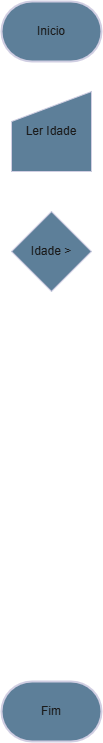
This is Diagramas/exercicios17.drawio.png from andrew-cdia/algoritmos-lista1, a draw.io export, as it was before one commit. Source tidied: cells renumbered, new cells last; positions are measured from the earlier drawing's top-left corner, leaving out a move shared by most shapes.
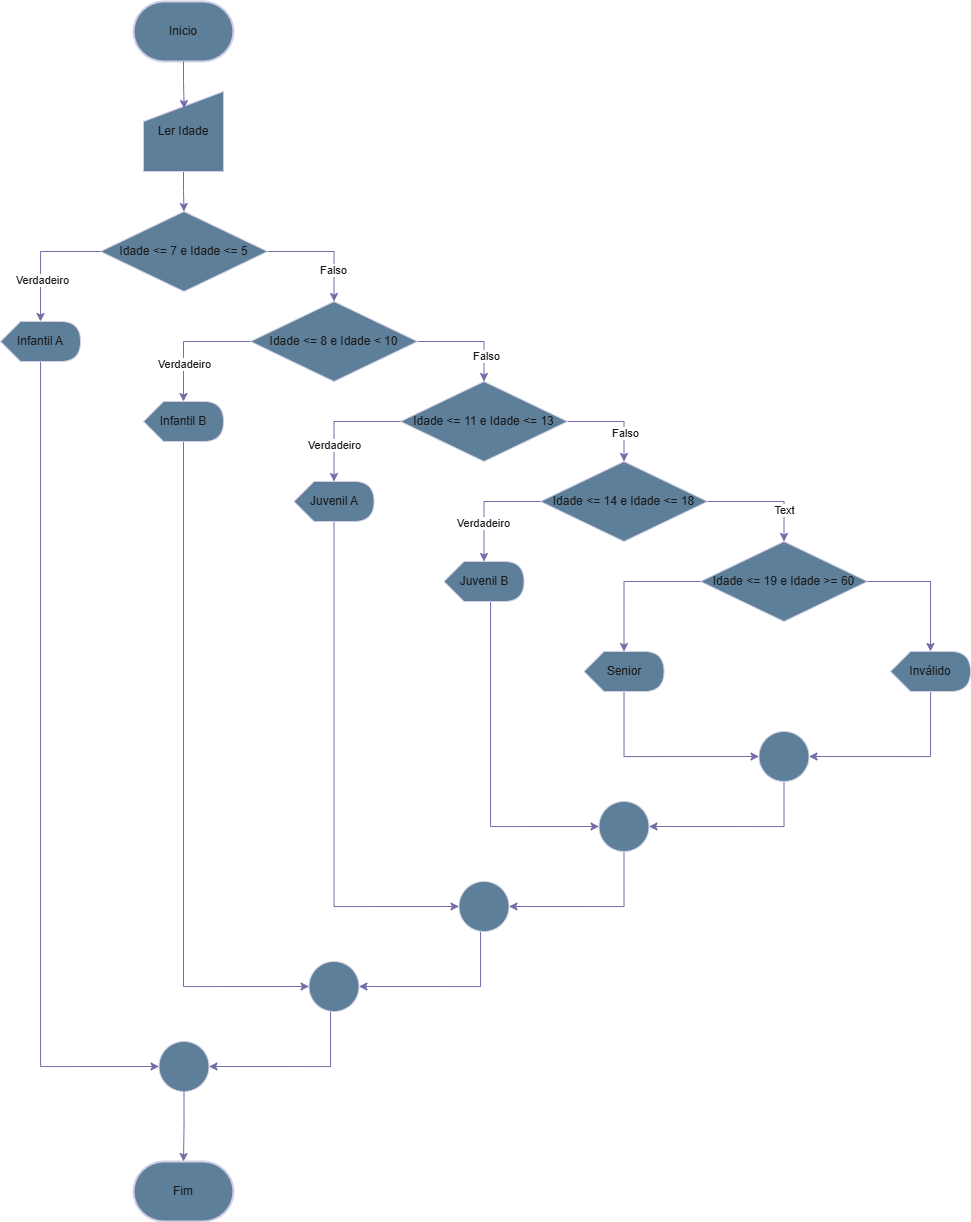
After the change.

Diff of the diagram source:
```diff
@@ -1,18 +1,212 @@
-<mxGraphModel>
+<mxGraphModel math="1">
   <root>
     <mxCell id="0" />
     <mxCell id="1" parent="0" />
     <mxCell id="2" value="Fim" style="strokeWidth=2;html=1;shape=mxgraph.flowchart.terminator;whiteSpace=wrap;strokeColor=#D0CEE2;fontColor=#1A1A1A;fillColor=#5D7F99;" parent="1" vertex="1">
-      <mxGeometry y="680" width="100" height="60" as="geometry" />
+      <mxGeometry x="-180" y="1320" width="100" height="60" as="geometry" />
     </mxCell>
     <mxCell id="3" value="Inicio" style="strokeWidth=2;html=1;shape=mxgraph.flowchart.terminator;whiteSpace=wrap;strokeColor=#D0CEE2;fontColor=#1A1A1A;fillColor=#5D7F99;" parent="1" vertex="1">
-      <mxGeometry width="100" height="60" as="geometry" />
+      <mxGeometry x="-180" y="160" width="100" height="60" as="geometry" />
     </mxCell>
+    <mxCell id="6" style="edgeStyle=orthogonalEdgeStyle;rounded=0;jettySize=auto;html=1;entryX=0.5;entryY=0;entryDx=0;entryDy=0;strokeColor=#736CA8;fontColor=#1A1A1A;" parent="1" edge="1" source="4" target="5">
+      <mxGeometry relative="1" as="geometry" />
+    </mxCell>
     <mxCell id="4" value="Ler Idade" style="shape=manualInput;whiteSpace=wrap;html=1;strokeColor=#D0CEE2;fontColor=#1A1A1A;fillColor=#5D7F99;" parent="1" vertex="1">
-      <mxGeometry x="10" y="90" width="80" height="80" as="geometry" />
+      <mxGeometry x="-170" y="250" width="80" height="80" as="geometry" />
     </mxCell>
+    <mxCell id="7" style="edgeStyle=orthogonalEdgeStyle;rounded=0;jettySize=auto;html=1;entryX=0.5;entryY=0;entryDx=0;entryDy=0;strokeColor=#736CA8;fontColor=#1A1A1A;" parent="1" edge="1" source="5" target="11">
+      <mxGeometry relative="1" as="geometry">
+        <Array as="points">
+          <mxPoint x="20" y="410" />
+        </Array>
+      </mxGeometry>
+    </mxCell>
+    <mxCell id="8" value="Falso" style="edgeLabel;html=1;align=center;verticalAlign=middle;strokeColor=#D0CEE2;fontColor=#1A1A1A;fillColor=#5D7F99;" parent="7" vertex="1">
+      <mxGeometry x="0.46" y="-1" relative="1" as="geometry" />
+    </mxCell>
-    <mxCell id="5" value="Idade &amp;gt;" style="rhombus;whiteSpace=wrap;html=1;strokeColor=#D0CEE2;fontColor=#1A1A1A;fillColor=#5D7F99;" parent="1" vertex="1">
-      <mxGeometry x="10" y="210" width="80" height="80" as="geometry" />
+    <mxCell id="5" value="Idade &amp;lt;= 7 e Idade &amp;lt;= 5" style="rhombus;whiteSpace=wrap;html=1;strokeColor=#D0CEE2;fontColor=#1A1A1A;fillColor=#5D7F99;" parent="1" vertex="1">
+      <mxGeometry x="-213" y="370" width="167" height="80" as="geometry" />
     </mxCell>
+    <mxCell id="9" style="edgeStyle=orthogonalEdgeStyle;rounded=0;jettySize=auto;html=1;entryX=0.5;entryY=0;entryDx=0;entryDy=0;strokeColor=#736CA8;fontColor=#1A1A1A;" parent="1" edge="1" source="11" target="14">
+      <mxGeometry relative="1" as="geometry">
+        <Array as="points">
+          <mxPoint x="170" y="500" />
+        </Array>
+      </mxGeometry>
+    </mxCell>
+    <mxCell id="10" value="Falso" style="edgeLabel;html=1;align=center;verticalAlign=middle;strokeColor=#D0CEE2;fontColor=#1A1A1A;fillColor=#5D7F99;" parent="9" vertex="1">
+      <mxGeometry x="0.53" y="2" relative="1" as="geometry" />
+    </mxCell>
+    <mxCell id="11" value="Idade &amp;lt;= 8 e Idade &amp;lt; 10" style="rhombus;whiteSpace=wrap;html=1;strokeColor=#D0CEE2;fontColor=#1A1A1A;fillColor=#5D7F99;" parent="1" vertex="1">
+      <mxGeometry x="-63" y="460" width="167" height="80" as="geometry" />
+    </mxCell>
+    <mxCell id="12" style="edgeStyle=orthogonalEdgeStyle;rounded=0;jettySize=auto;html=1;entryX=0.5;entryY=0;entryDx=0;entryDy=0;strokeColor=#736CA8;fontColor=#1A1A1A;" parent="1" edge="1" source="14" target="17">
+      <mxGeometry relative="1" as="geometry">
+        <Array as="points">
+          <mxPoint x="310" y="580" />
+        </Array>
+      </mxGeometry>
+    </mxCell>
+    <mxCell id="13" value="Falso" style="edgeLabel;html=1;align=center;verticalAlign=middle;strokeColor=#D0CEE2;fontColor=#1A1A1A;fillColor=#5D7F99;" parent="12" vertex="1">
+      <mxGeometry x="0.42" y="1" relative="1" as="geometry" />
+    </mxCell>
+    <mxCell id="14" value="Idade &amp;lt;= 11 e Idade &amp;lt;= 13" style="rhombus;whiteSpace=wrap;html=1;strokeColor=#D0CEE2;fontColor=#1A1A1A;fillColor=#5D7F99;" parent="1" vertex="1">
+      <mxGeometry x="87" y="540" width="167" height="80" as="geometry" />
+    </mxCell>
+    <mxCell id="15" style="edgeStyle=orthogonalEdgeStyle;rounded=0;jettySize=auto;html=1;entryX=0.5;entryY=0;entryDx=0;entryDy=0;strokeColor=#736CA8;fontColor=#1A1A1A;" parent="1" edge="1" source="17" target="18">
+      <mxGeometry relative="1" as="geometry">
+        <Array as="points">
+          <mxPoint x="470" y="660" />
+        </Array>
+      </mxGeometry>
+    </mxCell>
+    <mxCell id="16" value="Text" style="edgeLabel;html=1;align=center;verticalAlign=middle;strokeColor=#D0CEE2;fontColor=#1A1A1A;fillColor=#5D7F99;" parent="15" vertex="1">
+      <mxGeometry x="0.46" relative="1" as="geometry" />
+    </mxCell>
+    <mxCell id="17" value="Idade &amp;lt;= 14 e Idade &amp;lt;= 18" style="rhombus;whiteSpace=wrap;html=1;strokeColor=#D0CEE2;fontColor=#1A1A1A;fillColor=#5D7F99;" parent="1" vertex="1">
+      <mxGeometry x="227" y="620" width="167" height="80" as="geometry" />
+    </mxCell>
+    <mxCell id="18" value="Idade &amp;lt;= 19 e Idade &amp;gt;= 60" style="rhombus;whiteSpace=wrap;html=1;strokeColor=#D0CEE2;fontColor=#1A1A1A;fillColor=#5D7F99;" parent="1" vertex="1">
+      <mxGeometry x="387" y="700" width="167" height="80" as="geometry" />
+    </mxCell>
+    <mxCell id="19" style="edgeStyle=orthogonalEdgeStyle;rounded=0;jettySize=auto;html=1;entryX=0;entryY=0.5;entryDx=0;entryDy=0;strokeColor=#736CA8;fontColor=#1A1A1A;" parent="1" edge="1" source="20" target="49">
+      <mxGeometry relative="1" as="geometry">
+        <Array as="points">
+          <mxPoint x="-273" y="1225" />
+        </Array>
+      </mxGeometry>
+    </mxCell>
+    <mxCell id="20" value="Infantil A" style="shape=display;whiteSpace=wrap;html=1;strokeColor=#D0CEE2;fontColor=#1A1A1A;fillColor=#5D7F99;" parent="1" vertex="1">
+      <mxGeometry x="-313" y="480" width="80" height="40" as="geometry" />
+    </mxCell>
+    <mxCell id="21" style="edgeStyle=orthogonalEdgeStyle;rounded=0;jettySize=auto;html=1;entryX=0;entryY=0.5;entryDx=0;entryDy=0;strokeColor=#736CA8;fontColor=#1A1A1A;" parent="1" edge="1" source="22" target="48">
+      <mxGeometry relative="1" as="geometry">
+        <Array as="points">
+          <mxPoint x="-130" y="1145" />
+        </Array>
+      </mxGeometry>
+    </mxCell>
+    <mxCell id="22" value="Infantil B" style="shape=display;whiteSpace=wrap;html=1;strokeColor=#D0CEE2;fontColor=#1A1A1A;fillColor=#5D7F99;" parent="1" vertex="1">
+      <mxGeometry x="-170" y="560" width="80" height="40" as="geometry" />
+    </mxCell>
+    <mxCell id="23" style="edgeStyle=orthogonalEdgeStyle;rounded=0;jettySize=auto;html=1;entryX=0;entryY=0.5;entryDx=0;entryDy=0;strokeColor=#736CA8;fontColor=#1A1A1A;" parent="1" edge="1" source="24" target="46">
+      <mxGeometry relative="1" as="geometry">
+        <Array as="points">
+          <mxPoint x="20" y="1065" />
+        </Array>
+      </mxGeometry>
+    </mxCell>
+    <mxCell id="24" value="Juvenil A" style="shape=display;whiteSpace=wrap;html=1;strokeColor=#D0CEE2;fontColor=#1A1A1A;fillColor=#5D7F99;" parent="1" vertex="1">
+      <mxGeometry x="-19.5" y="640" width="80" height="40" as="geometry" />
+    </mxCell>
+    <mxCell id="25" style="edgeStyle=orthogonalEdgeStyle;rounded=0;jettySize=auto;html=1;entryX=0;entryY=0.5;entryDx=0;entryDy=0;strokeColor=#736CA8;fontColor=#1A1A1A;" parent="1" edge="1" source="26" target="44">
+      <mxGeometry relative="1" as="geometry">
+        <Array as="points">
+          <mxPoint x="177" y="985" />
+        </Array>
+      </mxGeometry>
+    </mxCell>
+    <mxCell id="26" value="Juvenil B" style="shape=display;whiteSpace=wrap;html=1;strokeColor=#D0CEE2;fontColor=#1A1A1A;fillColor=#5D7F99;" parent="1" vertex="1">
+      <mxGeometry x="130.5" y="720" width="80" height="40" as="geometry" />
+    </mxCell>
+    <mxCell id="27" style="edgeStyle=orthogonalEdgeStyle;rounded=0;jettySize=auto;html=1;entryX=0;entryY=0.5;entryDx=0;entryDy=0;strokeColor=#736CA8;fontColor=#1A1A1A;" parent="1" edge="1" source="28" target="42">
+      <mxGeometry relative="1" as="geometry">
+        <Array as="points">
+          <mxPoint x="310" y="915" />
+        </Array>
+      </mxGeometry>
+    </mxCell>
+    <mxCell id="28" value="Senior" style="shape=display;whiteSpace=wrap;html=1;strokeColor=#D0CEE2;fontColor=#1A1A1A;fillColor=#5D7F99;" parent="1" vertex="1">
+      <mxGeometry x="270.5" y="810" width="80" height="40" as="geometry" />
+    </mxCell>
+    <mxCell id="29" style="edgeStyle=orthogonalEdgeStyle;rounded=0;jettySize=auto;html=1;entryX=1;entryY=0.5;entryDx=0;entryDy=0;strokeColor=#736CA8;fontColor=#1A1A1A;" parent="1" edge="1" source="30" target="42">
+      <mxGeometry relative="1" as="geometry">
+        <Array as="points">
+          <mxPoint x="617" y="915" />
+        </Array>
+      </mxGeometry>
+    </mxCell>
+    <mxCell id="30" value="Inválido" style="shape=display;whiteSpace=wrap;html=1;strokeColor=#D0CEE2;fontColor=#1A1A1A;fillColor=#5D7F99;" parent="1" vertex="1">
+      <mxGeometry x="577" y="810" width="80" height="40" as="geometry" />
+    </mxCell>
+    <mxCell id="31" style="edgeStyle=orthogonalEdgeStyle;rounded=0;jettySize=auto;html=1;entryX=0;entryY=0;entryDx=40;entryDy=0;entryPerimeter=0;strokeColor=#736CA8;fontColor=#1A1A1A;" parent="1" edge="1" source="5" target="20">
+      <mxGeometry relative="1" as="geometry" />
+    </mxCell>
+    <mxCell id="32" value="Verdadeiro" style="edgeLabel;html=1;align=center;verticalAlign=middle;strokeColor=#D0CEE2;fontColor=#1A1A1A;fillColor=#5D7F99;" parent="31" vertex="1">
+      <mxGeometry x="0.34" y="1" relative="1" as="geometry" />
+    </mxCell>
+    <mxCell id="33" style="edgeStyle=orthogonalEdgeStyle;rounded=0;jettySize=auto;html=1;entryX=0;entryY=0;entryDx=40;entryDy=0;entryPerimeter=0;strokeColor=#736CA8;fontColor=#1A1A1A;" parent="1" edge="1" source="11" target="22">
+      <mxGeometry relative="1" as="geometry" />
+    </mxCell>
+    <mxCell id="34" value="Verdadeiro" style="edgeLabel;html=1;align=center;verticalAlign=middle;strokeColor=#D0CEE2;fontColor=#1A1A1A;fillColor=#5D7F99;" parent="33" vertex="1">
+      <mxGeometry x="0.4" relative="1" as="geometry" />
+    </mxCell>
+    <mxCell id="35" style="edgeStyle=orthogonalEdgeStyle;rounded=0;jettySize=auto;html=1;entryX=0;entryY=0;entryDx=40;entryDy=0;entryPerimeter=0;strokeColor=#736CA8;fontColor=#1A1A1A;" parent="1" edge="1" source="14" target="24">
+      <mxGeometry relative="1" as="geometry" />
+    </mxCell>
+    <mxCell id="36" value="Verdadeiro" style="edgeLabel;html=1;align=center;verticalAlign=middle;strokeColor=#D0CEE2;fontColor=#1A1A1A;fillColor=#5D7F99;" parent="35" vertex="1">
+      <mxGeometry x="0.42" relative="1" as="geometry" />
+    </mxCell>
+    <mxCell id="37" style="edgeStyle=orthogonalEdgeStyle;rounded=0;jettySize=auto;html=1;entryX=0;entryY=0;entryDx=40;entryDy=0;entryPerimeter=0;strokeColor=#736CA8;fontColor=#1A1A1A;" parent="1" edge="1" source="17" target="26">
+      <mxGeometry relative="1" as="geometry" />
+    </mxCell>
+    <mxCell id="38" value="Verdadeiro" style="edgeLabel;html=1;align=center;verticalAlign=middle;strokeColor=#D0CEE2;fontColor=#1A1A1A;fillColor=#5D7F99;" parent="37" vertex="1">
+      <mxGeometry x="0.34" y="-1" relative="1" as="geometry" />
+    </mxCell>
+    <mxCell id="39" style="edgeStyle=orthogonalEdgeStyle;rounded=0;jettySize=auto;html=1;entryX=0;entryY=0;entryDx=40;entryDy=0;entryPerimeter=0;strokeColor=#736CA8;fontColor=#1A1A1A;" parent="1" edge="1" source="18" target="28">
+      <mxGeometry relative="1" as="geometry" />
+    </mxCell>
+    <mxCell id="40" style="edgeStyle=orthogonalEdgeStyle;rounded=0;jettySize=auto;html=1;entryX=0;entryY=0;entryDx=40;entryDy=0;entryPerimeter=0;strokeColor=#736CA8;fontColor=#1A1A1A;" parent="1" edge="1" source="18" target="30">
+      <mxGeometry relative="1" as="geometry" />
+    </mxCell>
+    <mxCell id="41" style="edgeStyle=orthogonalEdgeStyle;rounded=0;jettySize=auto;html=1;entryX=1;entryY=0.5;entryDx=0;entryDy=0;strokeColor=#736CA8;fontColor=#1A1A1A;" parent="1" edge="1" source="42" target="44">
+      <mxGeometry relative="1" as="geometry">
+        <Array as="points">
+          <mxPoint x="470" y="985" />
+        </Array>
+      </mxGeometry>
+    </mxCell>
+    <mxCell id="42" style="ellipse;whiteSpace=wrap;html=1;strokeColor=#D0CEE2;fontColor=#1A1A1A;fillColor=#5D7F99;" parent="1" vertex="1">
+      <mxGeometry x="445.5" y="890" width="50" height="50" as="geometry" />
+    </mxCell>
+    <mxCell id="43" style="edgeStyle=orthogonalEdgeStyle;rounded=0;jettySize=auto;html=1;entryX=1;entryY=0.5;entryDx=0;entryDy=0;strokeColor=#736CA8;fontColor=#1A1A1A;" parent="1" edge="1" source="44" target="46">
+      <mxGeometry relative="1" as="geometry">
+        <Array as="points">
+          <mxPoint x="310" y="1065" />
+        </Array>
+      </mxGeometry>
+    </mxCell>
+    <mxCell id="44" style="ellipse;whiteSpace=wrap;html=1;strokeColor=#D0CEE2;fontColor=#1A1A1A;fillColor=#5D7F99;" parent="1" vertex="1">
+      <mxGeometry x="285.5" y="960" width="50" height="50" as="geometry" />
+    </mxCell>
+    <mxCell id="45" style="edgeStyle=orthogonalEdgeStyle;rounded=0;jettySize=auto;html=1;entryX=1;entryY=0.5;entryDx=0;entryDy=0;strokeColor=#736CA8;fontColor=#1A1A1A;" parent="1" edge="1" source="46" target="48">
+      <mxGeometry relative="1" as="geometry">
+        <Array as="points">
+          <mxPoint x="167" y="1145" />
+        </Array>
+      </mxGeometry>
+    </mxCell>
+    <mxCell id="46" style="ellipse;whiteSpace=wrap;html=1;strokeColor=#D0CEE2;fontColor=#1A1A1A;fillColor=#5D7F99;" parent="1" vertex="1">
+      <mxGeometry x="145.5" y="1040" width="50" height="50" as="geometry" />
+    </mxCell>
+    <mxCell id="47" style="edgeStyle=orthogonalEdgeStyle;rounded=0;jettySize=auto;html=1;entryX=1;entryY=0.5;entryDx=0;entryDy=0;strokeColor=#736CA8;fontColor=#1A1A1A;" parent="1" edge="1" source="48" target="49">
+      <mxGeometry relative="1" as="geometry">
+        <Array as="points">
+          <mxPoint x="17" y="1225" />
+        </Array>
+      </mxGeometry>
+    </mxCell>
+    <mxCell id="48" style="ellipse;whiteSpace=wrap;html=1;strokeColor=#D0CEE2;fontColor=#1A1A1A;fillColor=#5D7F99;" parent="1" vertex="1">
+      <mxGeometry x="-4.5" y="1120" width="50" height="50" as="geometry" />
+    </mxCell>
+    <mxCell id="49" style="ellipse;whiteSpace=wrap;html=1;strokeColor=#D0CEE2;fontColor=#1A1A1A;fillColor=#5D7F99;" parent="1" vertex="1">
+      <mxGeometry x="-154.5" y="1200" width="50" height="50" as="geometry" />
+    </mxCell>
+    <mxCell id="50" style="edgeStyle=orthogonalEdgeStyle;rounded=0;jettySize=auto;html=1;entryX=0.5;entryY=0;entryDx=0;entryDy=0;entryPerimeter=0;strokeColor=#736CA8;fontColor=#1A1A1A;" parent="1" edge="1" source="49" target="2">
+      <mxGeometry relative="1" as="geometry" />
+    </mxCell>
+    <mxCell id="51" style="edgeStyle=orthogonalEdgeStyle;rounded=0;jettySize=auto;html=1;entryX=0.508;entryY=0.213;entryDx=0;entryDy=0;entryPerimeter=0;strokeColor=#736CA8;fontColor=#1A1A1A;" parent="1" edge="1" source="3" target="4">
+      <mxGeometry relative="1" as="geometry" />
+    </mxCell>
   </root>
 </mxGraphModel>
```
